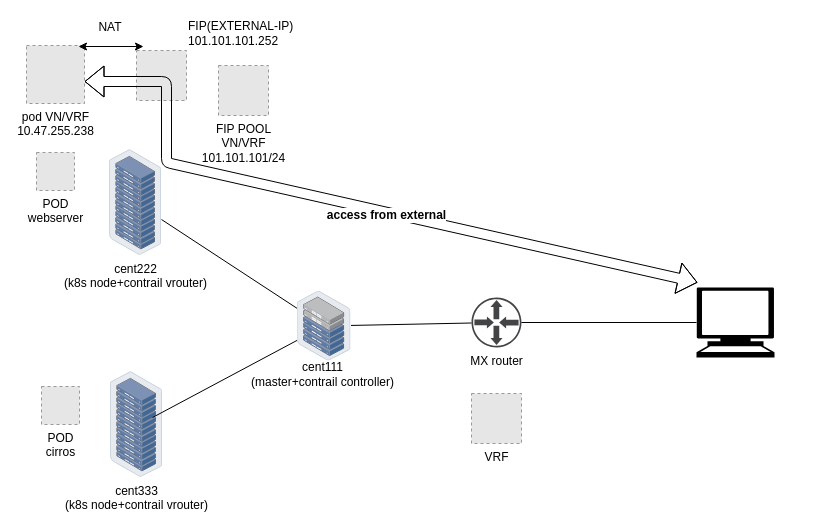
Before: diagrams/drawio/svc-lb.drawio in pinggit/kubernetes-contrail-day-one, a draw.io diagram. Source tidied: cells renumbered, new cells numbered last; positions are measured from the earlier drawing's top-left corner, leaving out a move shared by most shapes. Both pictures are drawn from the tidied source at 100%, with x=0, y=0 at pixel (26, 17). Pictures stored in the file or linked from it are replaced by grey dashed boxes.
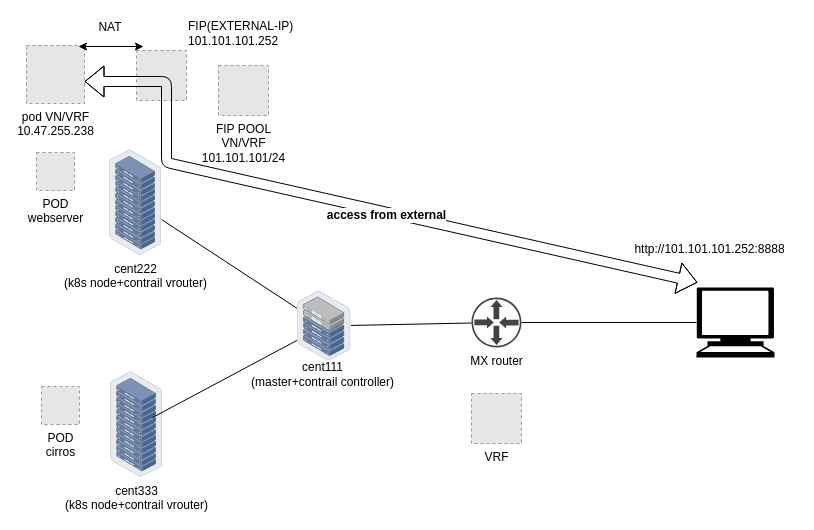
The same diagram, later.

Change to the diagram source:
```diff
@@
+    <mxCell id="22" value="http://101.101.101.252:8888&lt;br&gt;" style="text;html=1;strokeColor=none;fillColor=none;align=center;verticalAlign=middle;whiteSpace=wrap;rounded=0;" parent="1" vertex="1">
+      <mxGeometry x="597" y="222" width="173" height="20" as="geometry" />
+    </mxCell>
```
